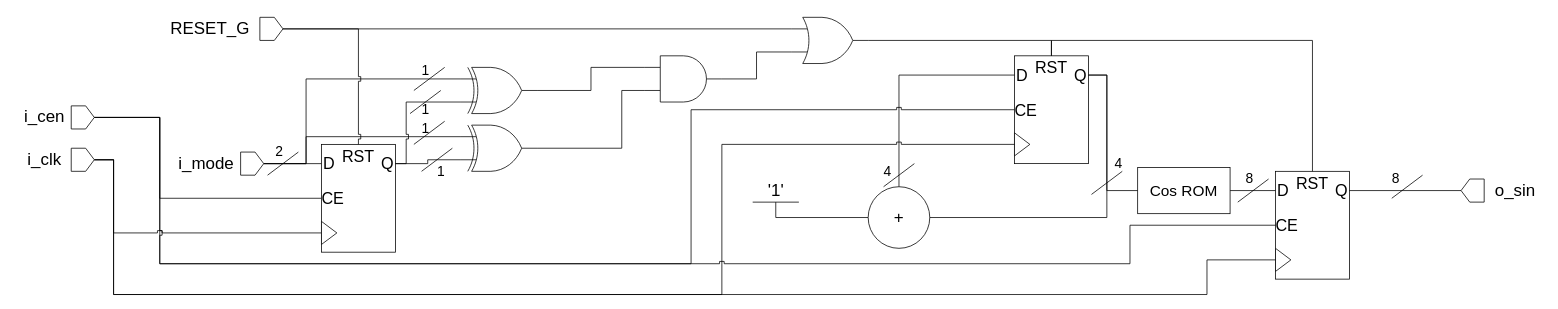
Above: page "RTL_Gen-Cos" (2 of 5) of Untitled Diagram.drawio in JamesFullum/ELE739-Phase3 (draw.io), before the change. Source tidied: cells renumbered, new cells numbered last; positions are measured from the earlier drawing's top-left corner, leaving out a move shared by most shapes. Both pictures are drawn from the tidied source at 77%, with x=0, y=0 at pixel (13, 13).
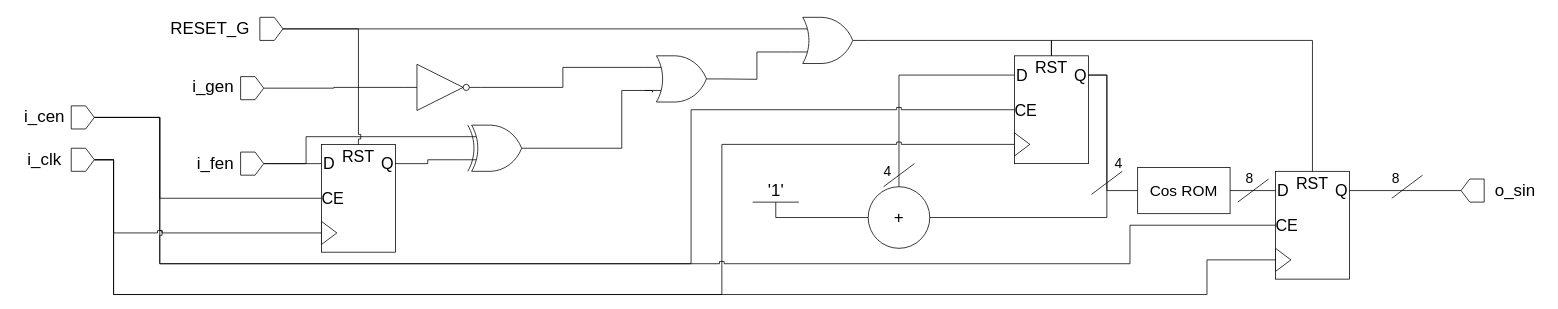
Above is the later version.

Unchanged cells that the change refers to:
```xml
<mxCell id="12" style="verticalLabelPosition=bottom;shadow=0;dashed=0;align=center;html=1;verticalAlign=top;shape=mxgraph.electrical.logic_gates.logic_gate;operation=or;" parent="1" vertex="1">
  <mxGeometry x="1010" y="5" width="100" height="60" as="geometry" />
</mxCell>
<mxCell id="17" value="&lt;p style=&quot;line-height: 120%;&quot;&gt;&lt;br&gt;&lt;/p&gt;&lt;p style=&quot;line-height: 120%;&quot;&gt;&lt;br&gt;&lt;/p&gt;" style="shape=offPageConnector;whiteSpace=wrap;html=1;rotation=-90;" parent="1" vertex="1">
  <mxGeometry x="295" y="180" width="30" height="30" as="geometry" />
</mxCell>
<mxCell id="59" value="&lt;font style=&quot;font-size: 21px;&quot;&gt;Q&lt;/font&gt;" style="text;html=1;strokeColor=none;fillColor=none;align=center;verticalAlign=middle;whiteSpace=wrap;rounded=0;" parent="55" vertex="1">
  <mxGeometry x="76" y="10" width="20" height="30" as="geometry" />
</mxCell>
<mxCell id="67" style="verticalLabelPosition=bottom;shadow=0;dashed=0;align=center;html=1;verticalAlign=top;shape=mxgraph.electrical.logic_gates.logic_gate;operation=xor;" parent="1" vertex="1">
  <mxGeometry x="580" y="145" width="100" height="60" as="geometry" />
</mxCell>
```

Change to the diagram source:
```diff
@@
-    <mxCell id="44" value="&lt;font style=&quot;font-size: 22px;&quot;&gt;i_mode&lt;/font&gt;" style="text;html=1;align=center;verticalAlign=middle;strokeColor=none;fillColor=none;" parent="1" vertex="1">
-      <mxGeometry x="200" y="175" width="100" height="40" as="geometry" />
+    <mxCell id="44" value="&lt;font style=&quot;font-size: 22px;&quot;&gt;i_fen&lt;/font&gt;" style="text;html=1;align=center;verticalAlign=middle;strokeColor=none;fillColor=none;" parent="1" vertex="1">
+      <mxGeometry x="229" y="176" width="66" height="38" as="geometry" />
     </mxCell>
@@
-    <mxCell id="62" value="&lt;font style=&quot;font-size: 18px;&quot;&gt;2&lt;/font&gt;" style="text;html=1;align=center;verticalAlign=middle;strokeColor=none;fillColor=none;" parent="1" vertex="1">
-      <mxGeometry x="330" y="160" width="30" height="40" as="geometry" />
-    </mxCell>
-    <mxCell id="63" style="endArrow=none;html=1;rounded=0;" parent="1" edge="1">
-      <mxGeometry relative="1" as="geometry">
-        <mxPoint x="330" y="210" as="sourcePoint" />
-        <mxPoint x="370" y="180" as="targetPoint" />
-      </mxGeometry>
-    </mxCell>
-    <mxCell id="64" style="edgeStyle=orthogonalEdgeStyle;rounded=0;jettySize=auto;html=1;exitX=0;exitY=0.25;exitDx=0;exitDy=0;exitPerimeter=0;entryX=0.5;entryY=1;entryDx=0;entryDy=0;endArrow=none;endFill=0;" parent="1" edge="1" source="65" target="17">
-      <mxGeometry relative="1" as="geometry">
-        <Array as="points">
-          <mxPoint x="380" y="85" />
-          <mxPoint x="380" y="195" />
-        </Array>
-      </mxGeometry>
-    </mxCell>
-    <mxCell id="65" style="verticalLabelPosition=bottom;shadow=0;dashed=0;align=center;html=1;verticalAlign=top;shape=mxgraph.electrical.logic_gates.logic_gate;operation=xor;" parent="1" vertex="1">
-      <mxGeometry x="580" y="70" width="100" height="60" as="geometry" />
-    </mxCell>
@@
-    <mxCell id="68" style="verticalLabelPosition=bottom;shadow=0;dashed=0;align=center;html=1;verticalAlign=top;shape=mxgraph.electrical.logic_gates.logic_gate;operation=and;" parent="1" vertex="1">
-      <mxGeometry x="820" y="55" width="100" height="60" as="geometry" />
-    </mxCell>
-    <mxCell id="69" style="edgeStyle=orthogonalEdgeStyle;rounded=0;jettySize=auto;html=1;exitX=1;exitY=0.5;exitDx=0;exitDy=0;exitPerimeter=0;entryX=0;entryY=0.75;entryDx=0;entryDy=0;entryPerimeter=0;endArrow=none;endFill=0;" parent="1" edge="1" source="68" target="12">
-      <mxGeometry relative="1" as="geometry" />
+    <mxCell id="69" style="edgeStyle=orthogonalEdgeStyle;rounded=0;jettySize=auto;html=1;exitX=1;exitY=0.5;exitDx=0;exitDy=0;exitPerimeter=0;entryX=0;entryY=0.75;entryDx=0;entryDy=0;entryPerimeter=0;endArrow=none;endFill=0;" parent="1" edge="1" target="12">
+      <mxGeometry relative="1" as="geometry">
+        <mxPoint x="920" y="85" as="sourcePoint" />
+      </mxGeometry>
     </mxCell>
-    <mxCell id="70" style="edgeStyle=orthogonalEdgeStyle;rounded=0;jettySize=auto;html=1;exitX=0;exitY=0.25;exitDx=0;exitDy=0;exitPerimeter=0;entryX=1;entryY=0.5;entryDx=0;entryDy=0;entryPerimeter=0;endArrow=none;endFill=0;" parent="1" edge="1" source="68" target="65">
-      <mxGeometry relative="1" as="geometry" />
-    </mxCell>
-    <mxCell id="71" style="edgeStyle=orthogonalEdgeStyle;rounded=0;jettySize=auto;html=1;exitX=0;exitY=0.75;exitDx=0;exitDy=0;exitPerimeter=0;entryX=1;entryY=0.5;entryDx=0;entryDy=0;entryPerimeter=0;endArrow=none;endFill=0;" parent="1" edge="1" source="68" target="67">
+    <mxCell id="71" style="edgeStyle=orthogonalEdgeStyle;rounded=0;jettySize=auto;html=1;exitX=0.099;exitY=0.793;exitDx=0;exitDy=0;exitPerimeter=0;entryX=1;entryY=0.5;entryDx=0;entryDy=0;entryPerimeter=0;endArrow=none;endFill=0;" parent="1" edge="1" source="86" target="67">
       <mxGeometry relative="1" as="geometry">
         <Array as="points">
+          <mxPoint x="830" y="100" />
           <mxPoint x="790" y="100" />
           <mxPoint x="790" y="175" />
         </Array>
       </mxGeometry>
     </mxCell>
@@
-    <mxCell id="73" style="endArrow=none;html=1;rounded=0;" parent="1" edge="1">
-      <mxGeometry relative="1" as="geometry">
-        <mxPoint x="520" y="100" as="sourcePoint" />
-        <mxPoint x="560" y="70" as="targetPoint" />
-      </mxGeometry>
-    </mxCell>
-    <mxCell id="74" style="endArrow=none;html=1;rounded=0;" parent="1" edge="1">
-      <mxGeometry relative="1" as="geometry">
-        <mxPoint x="520" y="170" as="sourcePoint" />
-        <mxPoint x="560" y="140" as="targetPoint" />
-      </mxGeometry>
-    </mxCell>
-    <mxCell id="75" value="&lt;font style=&quot;font-size: 18px;&quot;&gt;1&lt;/font&gt;" style="text;html=1;align=center;verticalAlign=middle;strokeColor=none;fillColor=none;" parent="1" vertex="1">
-      <mxGeometry x="520" y="130" width="30" height="40" as="geometry" />
-    </mxCell>
-    <mxCell id="76" value="&lt;font style=&quot;font-size: 18px;&quot;&gt;1&lt;/font&gt;" style="text;html=1;align=center;verticalAlign=middle;strokeColor=none;fillColor=none;" parent="1" vertex="1">
-      <mxGeometry x="520" y="55" width="30" height="40" as="geometry" />
-    </mxCell>
@@
-    <mxCell id="78" style="edgeStyle=orthogonalEdgeStyle;rounded=0;jettySize=auto;html=1;exitX=1;exitY=0.5;exitDx=0;exitDy=0;entryX=0;entryY=0.75;entryDx=0;entryDy=0;entryPerimeter=0;jumpStyle=sharp;endArrow=none;endFill=0;" parent="1" edge="1" source="59" target="65">
-      <mxGeometry relative="1" as="geometry">
-        <Array as="points">
-          <mxPoint x="510" y="195" />
-          <mxPoint x="510" y="115" />
-        </Array>
-      </mxGeometry>
-    </mxCell>
-    <mxCell id="79" value="&lt;font style=&quot;font-size: 18px;&quot;&gt;1&lt;/font&gt;" style="text;html=1;align=center;verticalAlign=middle;strokeColor=none;fillColor=none;" parent="1" vertex="1">
-      <mxGeometry x="520" y="105" width="30" height="40" as="geometry" />
-    </mxCell>
-    <mxCell id="80" style="endArrow=none;html=1;rounded=0;" parent="1" edge="1">
-      <mxGeometry relative="1" as="geometry">
-        <mxPoint x="530" y="205" as="sourcePoint" />
-        <mxPoint x="570" y="175" as="targetPoint" />
-      </mxGeometry>
-    </mxCell>
-    <mxCell id="81" value="&lt;font style=&quot;font-size: 18px;&quot;&gt;1&lt;/font&gt;" style="text;html=1;align=center;verticalAlign=middle;strokeColor=none;fillColor=none;" parent="1" vertex="1">
-      <mxGeometry x="540" y="185" width="30" height="40" as="geometry" />
-    </mxCell>
-    <mxCell id="82" style="endArrow=none;html=1;rounded=0;" parent="1" edge="1">
-      <mxGeometry relative="1" as="geometry">
-        <mxPoint x="515" y="130" as="sourcePoint" />
-        <mxPoint x="555" y="100" as="targetPoint" />
-      </mxGeometry>
-    </mxCell>
+    <mxCell id="83" style="edgeStyle=orthogonalEdgeStyle;rounded=0;jettySize=auto;html=1;endArrow=none;endFill=0;" parent="1" edge="1" source="84" target="87">
+      <mxGeometry relative="1" as="geometry" />
+    </mxCell>
+    <mxCell id="84" value="&lt;p style=&quot;line-height: 120%;&quot;&gt;&lt;br&gt;&lt;/p&gt;&lt;p style=&quot;line-height: 120%;&quot;&gt;&lt;br&gt;&lt;/p&gt;" style="shape=offPageConnector;whiteSpace=wrap;html=1;rotation=-90;" parent="1" vertex="1">
+      <mxGeometry x="295" y="82" width="30" height="30" as="geometry" />
+    </mxCell>
+    <mxCell id="85" value="&lt;font style=&quot;font-size: 22px;&quot;&gt;i_gen&lt;/font&gt;" style="text;html=1;align=center;verticalAlign=middle;strokeColor=none;fillColor=none;" parent="1" vertex="1">
+      <mxGeometry x="223" y="77" width="72" height="38" as="geometry" />
+    </mxCell>
+    <mxCell id="86" style="verticalLabelPosition=bottom;shadow=0;dashed=0;align=center;html=1;verticalAlign=top;shape=mxgraph.electrical.logic_gates.logic_gate;operation=or;" parent="1" vertex="1">
+      <mxGeometry x="820" y="55" width="100" height="60" as="geometry" />
+    </mxCell>
+    <mxCell id="87" style="verticalLabelPosition=bottom;shadow=0;dashed=0;align=center;html=1;verticalAlign=top;shape=mxgraph.electrical.logic_gates.inverter_2;" parent="1" vertex="1">
+      <mxGeometry x="507" y="66" width="100" height="60" as="geometry" />
+    </mxCell>
+    <mxCell id="88" style="edgeStyle=orthogonalEdgeStyle;rounded=0;jettySize=auto;html=1;exitX=1;exitY=0.5;exitDx=0;exitDy=0;exitPerimeter=0;entryX=0;entryY=0.25;entryDx=0;entryDy=0;entryPerimeter=0;endArrow=none;endFill=0;" parent="1" edge="1" source="87" target="86">
+      <mxGeometry relative="1" as="geometry" />
+    </mxCell>
```
